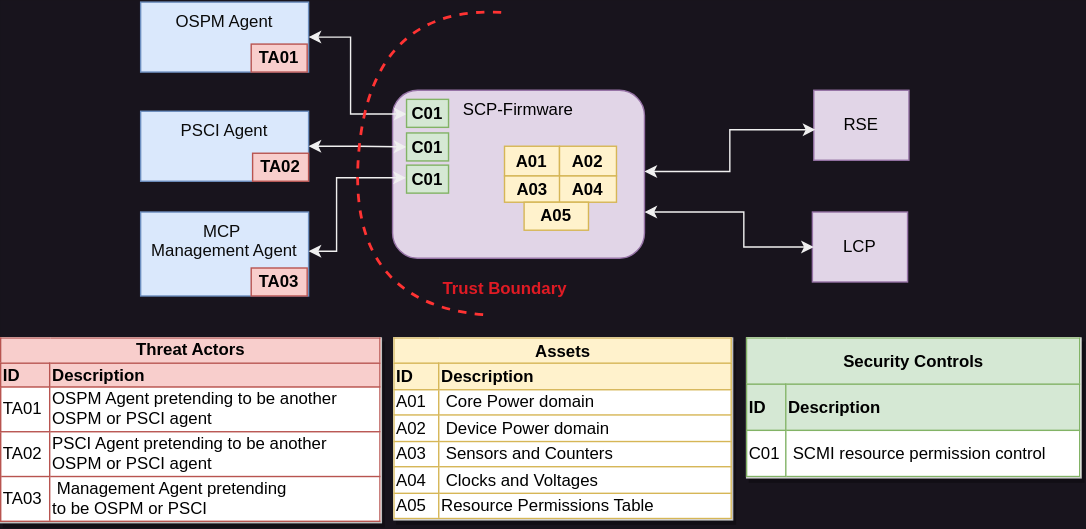
The draw.io diagram doc/threat_model/Threat_model.drawio.svg in ARM-software/SCP-firmware, before a commit. Source tidied: cells renumbered, new cells last; positions are measured from the earlier drawing's top-left corner, leaving out a move shared by most shapes.
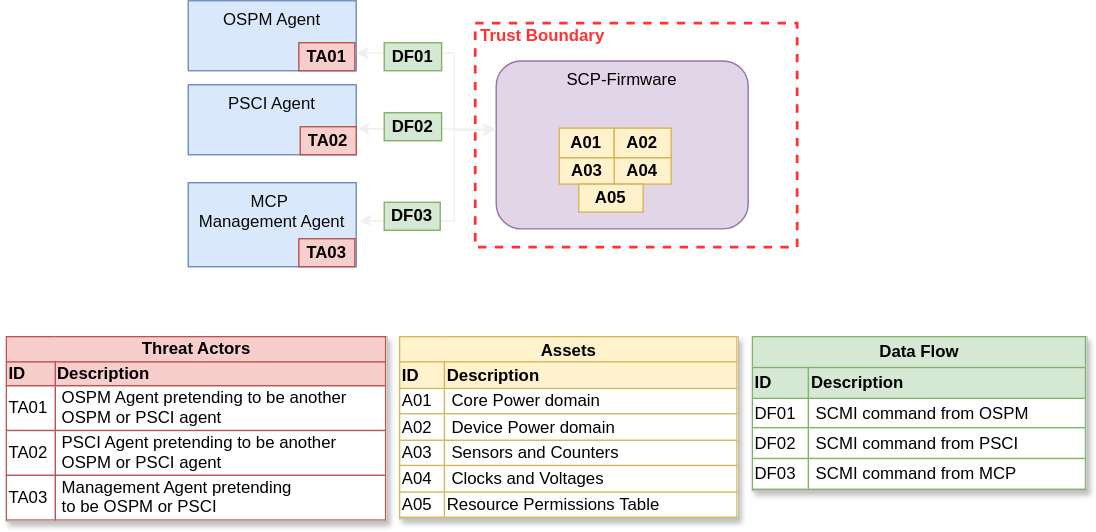
The same diagram one commit later.

Commit message:
threat model: Add scope section and update the trusted boundary

This patch adds a scope section to the document and clarifies
the trusted boundary in the diagram.

Diff of the diagram source:
```diff
@@ -2,57 +2,51 @@
   <root>
     <mxCell id="0" />
     <mxCell id="1" parent="0" />
-    <mxCell id="2" value="&lt;font color=&quot;#000000&quot;&gt;RSE&lt;/font&gt;" style="rounded=0;whiteSpace=wrap;html=1;absoluteArcSize=0;fillColor=#e1d5e7;strokeColor=#9673a6;" parent="1" vertex="1">
-      <mxGeometry x="581" y="63" width="68" height="50" as="geometry" />
-    </mxCell>
-    <mxCell id="3" value="&lt;font color=&quot;#000000&quot;&gt;LCP&lt;/font&gt;" style="rounded=0;whiteSpace=wrap;html=1;absoluteArcSize=0;fillColor=#e1d5e7;strokeColor=#9673a6;" parent="1" vertex="1">
-      <mxGeometry x="580" y="150" width="68" height="50" as="geometry" />
-    </mxCell>
-    <mxCell id="4" value="&lt;font style=&quot;font-size: 12px;&quot;&gt;Trust Boundary&lt;/font&gt;" style="text;html=1;strokeColor=none;fillColor=none;align=center;verticalAlign=middle;whiteSpace=wrap;rounded=0;fontColor=#e01b24;fontSize=12;fontStyle=1;" parent="1" vertex="1">
-      <mxGeometry x="280" y="180" width="160.8" height="50" as="geometry" />
+    <mxCell id="4" value="Trust Boundary" style="html=1;fontColor=#FF3333;fontStyle=1;align=left;verticalAlign=top;spacing=0;labelBorderColor=none;fillColor=none;dashed=1;strokeWidth=2;strokeColor=#FF3333;spacingLeft=4;spacingTop=-3;" parent="1" vertex="1">
+      <mxGeometry x="335" y="16" width="230" height="160" as="geometry" />
     </mxCell>
-    <mxCell id="5" value="&lt;table border=&quot;1&quot; width=&quot;100%&quot; style=&quot;width: 100% ; height: 100% ; border-collapse: collapse ; border: 1px solid #b85450&quot;&gt;&lt;tbody&gt;&lt;tr style=&quot;background-color: #f8cecc ; color: #000000 ; border: 1px solid #b85450&quot;&gt;&lt;th align=&quot;center&quot; colspan=&quot;2&quot;&gt;Threat Actors&lt;/th&gt;&lt;/tr&gt;&lt;tr style=&quot;background-color: #f8cecc ; color: #000000 ; border: 1px solid #b85450&quot;&gt;&lt;th align=&quot;left&quot; style=&quot;border: 1px solid #b85450&quot;&gt;ID&lt;/th&gt;&lt;th align=&quot;left&quot; style=&quot;border: 1px solid #b85450&quot;&gt;Description&lt;/th&gt;&lt;/tr&gt;&lt;tr&gt;&lt;td style=&quot;border: 1px solid #b85450&quot;&gt;TA01&lt;/td&gt;&lt;td style=&quot;border: 1px solid #b85450&quot;&gt;OSPM Agent pretending to be another &lt;br&gt;OSPM or PSCI agent&lt;/td&gt;&lt;/tr&gt;&lt;tr&gt;&lt;td&gt;TA02&lt;/td&gt;&lt;td&gt;PSCI Agent pretending to be another&lt;br&gt;OSPM or PSCI agent&lt;br&gt;&lt;/td&gt;&lt;/tr&gt;&lt;tr&gt;&lt;td&gt;TA03&lt;/td&gt;&lt;td&gt;&amp;nbsp;Management Agent pretending &lt;br&gt;to be OSPM or PSCI&lt;/td&gt;&lt;/tr&gt;&lt;/tbody&gt;&lt;/table&gt;" style="text;html=1;strokeColor=#c0c0c0;fillColor=#ffffff;overflow=fill;rounded=0;shadow=1;labelBackgroundColor=#ffffff;fontColor=#000000;align=left;" parent="1" vertex="1">
+    <mxCell id="5" value="&lt;table border=&quot;1&quot; width=&quot;100%&quot; style=&quot;width: 100% ; height: 100% ; border-collapse: collapse ; border: 1px solid #b85450&quot;&gt;&lt;tbody&gt;&lt;tr style=&quot;background-color: #f8cecc ; color: #000000 ; border: 1px solid #b85450&quot;&gt;&lt;th align=&quot;center&quot; colspan=&quot;2&quot;&gt;Threat Actors&lt;/th&gt;&lt;/tr&gt;&lt;tr style=&quot;background-color: #f8cecc ; color: #000000 ; border: 1px solid #b85450&quot;&gt;&lt;th align=&quot;left&quot; style=&quot;border: 1px solid #b85450&quot;&gt;ID&lt;/th&gt;&lt;th align=&quot;left&quot; style=&quot;border: 1px solid #b85450&quot;&gt;Description&lt;/th&gt;&lt;/tr&gt;&lt;tr&gt;&lt;td style=&quot;border: 1px solid #b85450&quot;&gt;TA01&lt;/td&gt;&lt;td style=&quot;border: 1px solid #b85450&quot;&gt;&amp;nbsp;OSPM Agent pretending to be another&lt;br&gt;&amp;nbsp;OSPM or PSCI agent&lt;/td&gt;&lt;/tr&gt;&lt;tr&gt;&lt;td&gt;TA02&lt;/td&gt;&lt;td&gt;&amp;nbsp;PSCI Agent pretending to be another&lt;br&gt;&amp;nbsp;OSPM or PSCI agent&lt;br&gt;&lt;/td&gt;&lt;/tr&gt;&lt;tr&gt;&lt;td&gt;TA03&lt;/td&gt;&lt;td&gt;&amp;nbsp;Management Agent pretending &lt;br&gt;&amp;nbsp;to be OSPM or PSCI&lt;/td&gt;&lt;/tr&gt;&lt;/tbody&gt;&lt;/table&gt;" style="text;html=1;strokeColor=#c0c0c0;fillColor=#ffffff;overflow=fill;rounded=0;shadow=1;labelBackgroundColor=#ffffff;fontColor=#000000;align=left;" parent="1" vertex="1">
       <mxGeometry y="240" width="272" height="132" as="geometry" />
     </mxCell>
     <mxCell id="6" value="&lt;table border=&quot;1&quot; width=&quot;100%&quot; style=&quot;width: 100% ; height: 100% ; border-collapse: collapse ; border: 1px solid #d6b656&quot;&gt;&lt;tbody&gt;&lt;tr style=&quot;background-color: #fff2cc ; color: #000000 ; border: 1px solid #d6b656&quot;&gt;&lt;th align=&quot;center&quot; colspan=&quot;2&quot;&gt;Assets&lt;/th&gt;&lt;/tr&gt;&lt;tr style=&quot;background-color: #fff2cc ; color: #000000 ; border: 1px solid #d6b656&quot;&gt;&lt;th align=&quot;left&quot; style=&quot;border: 1px solid #d6b656&quot;&gt;ID&lt;/th&gt;&lt;th align=&quot;left&quot; style=&quot;border: 1px solid #d6b656&quot;&gt;Description&lt;/th&gt;&lt;/tr&gt;&lt;tr&gt;&lt;td style=&quot;border: 1px solid #d6b656&quot;&gt;A01&lt;/td&gt;&lt;td style=&quot;border: 1px solid #d6b656&quot;&gt;&amp;nbsp;Core Power domain&lt;/td&gt;&lt;/tr&gt;&lt;tr&gt;&lt;td&gt;A02&lt;/td&gt;&lt;td&gt;&amp;nbsp;Device Power domain&lt;/td&gt;&lt;/tr&gt;&lt;tr&gt;&lt;td&gt;A03&lt;/td&gt;&lt;td&gt;&amp;nbsp;Sensors and Counters&lt;/td&gt;&lt;/tr&gt;&lt;tr&gt;&lt;td&gt;A04&lt;/td&gt;&lt;td&gt;&amp;nbsp;Clocks and Voltages&lt;/td&gt;&lt;/tr&gt;&lt;tr&gt;&lt;td&gt;A05&lt;/td&gt;&lt;td&gt;Resource Permissions Table&amp;nbsp;&lt;/td&gt;&lt;/tr&gt;&lt;/tbody&gt;&lt;/table&gt;" style="text;html=1;strokeColor=#c0c0c0;fillColor=#ffffff;overflow=fill;rounded=0;shadow=1;labelBackgroundColor=#ffffff;fontColor=#000000;align=left;" parent="1" vertex="1">
       <mxGeometry x="281" y="240" width="242" height="130" as="geometry" />
     </mxCell>
-    <mxCell id="7" value="&lt;table border=&quot;1&quot; width=&quot;100%&quot; style=&quot;width: 100% ; height: 100% ; border-collapse: collapse ; border: 1px solid #82b366&quot;&gt;&lt;tbody&gt;&lt;tr style=&quot;background-color: #d5e8d4 ; color: #000000 ; border: 1px solid #82b366&quot;&gt;&lt;th align=&quot;center&quot; colspan=&quot;2&quot;&gt;Security Controls&lt;/th&gt;&lt;/tr&gt;&lt;tr style=&quot;background-color: #d5e8d4 ; color: #000000 ; border: 1px solid #82b366&quot;&gt;&lt;th align=&quot;left&quot; style=&quot;border: 1px solid #82b366&quot;&gt;ID&lt;/th&gt;&lt;th align=&quot;left&quot; style=&quot;border: 1px solid #82b366&quot;&gt;Description&lt;/th&gt;&lt;/tr&gt;&lt;tr&gt;&lt;td style=&quot;border: 1px solid #82b366&quot;&gt;C01&lt;/td&gt;&lt;td style=&quot;border: 1px solid #82b366&quot;&gt;&amp;nbsp;SCMI resource permission control&lt;/td&gt;&lt;/tr&gt;&lt;/tbody&gt;&lt;/table&gt;" style="text;html=1;strokeColor=#c0c0c0;fillColor=#ffffff;overflow=fill;rounded=0;shadow=1;labelBackgroundColor=#ffffff;fontColor=#000000;align=left;" parent="1" vertex="1">
-      <mxGeometry x="533" y="240" width="239" height="100" as="geometry" />
+    <mxCell id="7" value="&lt;table border=&quot;1&quot; width=&quot;100%&quot; style=&quot;width: 100% ; height: 100% ; border-collapse: collapse ; border: 1px solid #82b366&quot;&gt;&lt;tbody&gt;&lt;tr style=&quot;background-color: #d5e8d4 ; color: #000000 ; border: 1px solid #82b366&quot;&gt;&lt;th align=&quot;center&quot; colspan=&quot;2&quot;&gt;Data Flow&lt;/th&gt;&lt;/tr&gt;&lt;tr style=&quot;background-color: #d5e8d4 ; color: #000000 ; border: 1px solid #82b366&quot;&gt;&lt;th align=&quot;left&quot; style=&quot;border: 1px solid #82b366&quot;&gt;ID&lt;/th&gt;&lt;th align=&quot;left&quot; style=&quot;border: 1px solid #82b366&quot;&gt;Description&lt;/th&gt;&lt;/tr&gt;&lt;tr&gt;&lt;td style=&quot;border: 1px solid #82b366&quot;&gt;DF01&lt;/td&gt;&lt;td style=&quot;border: 1px solid #82b366&quot;&gt;&amp;nbsp;SCMI command from OSPM&lt;br&gt;&lt;/td&gt;&lt;/tr&gt;&lt;tr&gt;&lt;td&gt;DF02&lt;/td&gt;&lt;td&gt;&amp;nbsp;SCMI command from PSCI&lt;/td&gt;&lt;/tr&gt;&lt;tr&gt;&lt;td&gt;DF03&lt;/td&gt;&lt;td&gt;&amp;nbsp;SCMI command from MCP&lt;/td&gt;&lt;/tr&gt;&lt;/tbody&gt;&lt;/table&gt;" style="text;html=1;strokeColor=#c0c0c0;fillColor=#ffffff;overflow=fill;rounded=0;shadow=1;labelBackgroundColor=#ffffff;fontColor=#000000;align=left;" parent="1" vertex="1">
+      <mxGeometry x="533" y="240" width="239" height="110" as="geometry" />
     </mxCell>
     <mxCell id="8" style="group;" parent="1" vertex="1">
-      <mxGeometry x="280" y="63" width="200" height="137" as="geometry" />
+      <mxGeometry x="350" y="43" width="200" height="137" as="geometry" />
     </mxCell>
     <mxCell id="9" value="&lt;font color=&quot;#000000&quot;&gt;SCP-Firmware&lt;/font&gt;" style="rounded=1;whiteSpace=wrap;html=1;fillColor=#e1d5e7;strokeColor=#9673a6;verticalAlign=top;" parent="8" vertex="1">
       <mxGeometry width="180" height="120" as="geometry" />
     </mxCell>
     <object id="10" label="&lt;b&gt;&lt;font color=&quot;#000000&quot;&gt;A01&lt;/font&gt;&lt;/b&gt;" name="Variable" placeholders="1">
       <mxCell style="text;html=1;strokeColor=#d6b656;fillColor=#fff2cc;align=center;verticalAlign=middle;whiteSpace=wrap;overflow=hidden;" parent="8" vertex="1">
-        <mxGeometry x="80" y="40" width="39.3" height="21.2" as="geometry" />
+        <mxGeometry x="45" y="48" width="39.3" height="21.2" as="geometry" />
       </mxCell>
     </object>
     <object id="11" label="&lt;b&gt;&lt;font color=&quot;#000000&quot;&gt;A02&lt;/font&gt;&lt;/b&gt;" name="Variable" placeholders="1">
       <mxCell style="text;html=1;strokeColor=#d6b656;fillColor=#fff2cc;align=center;verticalAlign=middle;whiteSpace=wrap;overflow=hidden;" parent="8" vertex="1">
-        <mxGeometry x="119.3" y="40" width="40.7" height="21.2" as="geometry" />
+        <mxGeometry x="84.3" y="48" width="40.7" height="21.2" as="geometry" />
       </mxCell>
     </object>
     <object id="12" label="&lt;b&gt;&lt;font color=&quot;#000000&quot;&gt;A03&lt;/font&gt;&lt;/b&gt;" name="Variable" placeholders="1">
       <mxCell style="text;html=1;strokeColor=#d6b656;fillColor=#fff2cc;align=center;verticalAlign=middle;whiteSpace=wrap;overflow=hidden;" parent="8" vertex="1">
-        <mxGeometry x="80" y="61.2" width="40" height="18.8" as="geometry" />
+        <mxGeometry x="45" y="69.2" width="40" height="18.8" as="geometry" />
       </mxCell>
     </object>
     <object id="13" label="&lt;b&gt;&lt;font color=&quot;#000000&quot;&gt;A04&lt;/font&gt;&lt;/b&gt;" name="Variable" placeholders="1">
       <mxCell style="text;html=1;strokeColor=#d6b656;fillColor=#fff2cc;align=center;verticalAlign=middle;whiteSpace=wrap;overflow=hidden;" parent="8" vertex="1">
-        <mxGeometry x="119.3" y="61.2" width="40.7" height="18.8" as="geometry" />
+        <mxGeometry x="84.3" y="69.2" width="40.7" height="18.8" as="geometry" />
       </mxCell>
     </object>
     <object id="14" label="&lt;b&gt;&lt;font color=&quot;#000000&quot;&gt;A05&lt;/font&gt;&lt;/b&gt;" name="Variable" placeholders="1">
       <mxCell style="text;html=1;strokeColor=#d6b656;fillColor=#fff2cc;align=center;verticalAlign=middle;whiteSpace=wrap;overflow=hidden;" parent="8" vertex="1">
-        <mxGeometry x="94" y="80" width="46" height="20" as="geometry" />
+        <mxGeometry x="59" y="88" width="46" height="20" as="geometry" />
       </mxCell>
     </object>
     <mxCell id="15" style="group;fontColor=#000000;" parent="1" vertex="1">
-      <mxGeometry x="100" width="120" height="50" as="geometry" />
+      <mxGeometry x="130" width="120" height="50" as="geometry" />
     </mxCell>
     <mxCell id="16" value="&lt;font color=&quot;#0a0a0a&quot;&gt;OSPM Agent&lt;/font&gt;" style="rounded=0;whiteSpace=wrap;html=1;absoluteArcSize=0;fillColor=#dae8fc;strokeColor=#6c8ebf;verticalAlign=top;" parent="15" vertex="1">
       <mxGeometry width="120" height="50" as="geometry" />
@@ -63,7 +57,7 @@
       </mxCell>
     </object>
     <mxCell id="18" style="group;" parent="1" vertex="1">
-      <mxGeometry x="100" y="78" width="120" height="50" as="geometry" />
+      <mxGeometry x="130" y="60" width="120" height="50" as="geometry" />
     </mxCell>
     <mxCell id="19" value="&lt;font color=&quot;#0a0a0a&quot;&gt;PSCI Agent&lt;/font&gt;" style="rounded=0;whiteSpace=wrap;html=1;absoluteArcSize=0;fillColor=#dae8fc;strokeColor=#6c8ebf;verticalAlign=top;" parent="18" vertex="1">
       <mxGeometry width="120" height="50" as="geometry" />
@@ -74,7 +68,7 @@
       </mxCell>
     </object>
     <mxCell id="21" style="group;" parent="1" vertex="1">
-      <mxGeometry x="100" y="150" width="120" height="60" as="geometry" />
+      <mxGeometry x="130" y="130" width="120" height="60" as="geometry" />
     </mxCell>
     <mxCell id="22" value="&lt;font color=&quot;#0a0a0a&quot;&gt;MCP&amp;nbsp;&lt;br&gt;Management Agent&lt;/font&gt;" style="rounded=0;whiteSpace=wrap;html=1;absoluteArcSize=0;fillColor=#dae8fc;strokeColor=#6c8ebf;verticalAlign=top;" parent="21" vertex="1">
       <mxGeometry width="120" height="60" as="geometry" />
@@ -84,67 +78,47 @@
         <mxGeometry x="79" y="40" width="40" height="20" as="geometry" />
       </mxCell>
     </object>
-    <mxCell id="24" style="edgeStyle=orthogonalEdgeStyle;rounded=0;jettySize=auto;html=1;startArrow=classic;startFill=1;entryX=0;entryY=0.5;entryDx=0;entryDy=0;" parent="1" edge="1" source="19" target="29">
+    <mxCell id="24" style="edgeStyle=orthogonalEdgeStyle;rounded=0;jettySize=auto;html=1;startArrow=classic;startFill=1;entryX=-0.004;entryY=0.409;entryDx=0;entryDy=0;exitX=1.019;exitY=0.071;exitDx=0;exitDy=0;exitPerimeter=0;entryPerimeter=0;" parent="1" edge="1" source="20" target="9">
       <mxGeometry relative="1" as="geometry" />
     </mxCell>
-    <mxCell id="25" style="edgeStyle=orthogonalEdgeStyle;rounded=0;jettySize=auto;html=1;entryX=0;entryY=0.5;entryDx=0;entryDy=0;startArrow=classic;startFill=1;" parent="1" edge="1" source="16" target="28">
+    <mxCell id="25" style="edgeStyle=orthogonalEdgeStyle;rounded=0;jettySize=auto;html=1;entryX=-0.004;entryY=0.411;entryDx=0;entryDy=0;startArrow=classic;startFill=1;exitX=1;exitY=0.75;exitDx=0;exitDy=0;entryPerimeter=0;" parent="1" edge="1" source="16" target="9">
       <mxGeometry relative="1" as="geometry">
         <Array as="points">
-          <mxPoint x="250" y="25" />
-          <mxPoint x="250" y="80" />
-          <mxPoint x="290" y="80" />
+          <mxPoint x="320" y="37" />
+          <mxPoint x="320" y="92" />
+          <mxPoint x="349" y="92" />
         </Array>
       </mxGeometry>
     </mxCell>
-    <mxCell id="26" style="edgeStyle=orthogonalEdgeStyle;rounded=0;jettySize=auto;html=1;startArrow=classic;startFill=1;entryX=-0.013;entryY=0.451;entryDx=0;entryDy=0;entryPerimeter=0;" parent="1" edge="1" target="30">
+    <mxCell id="26" style="edgeStyle=orthogonalEdgeStyle;rounded=0;jettySize=auto;html=1;startArrow=classic;startFill=1;exitX=1.018;exitY=0.453;exitDx=0;exitDy=0;exitPerimeter=0;" parent="1" edge="1" source="22">
       <mxGeometry relative="1" as="geometry">
-        <mxPoint x="220" y="178" as="sourcePoint" />
+        <mxPoint x="350" y="92" as="targetPoint" />
         <Array as="points">
-          <mxPoint x="240" y="178" />
-          <mxPoint x="240" y="126" />
+          <mxPoint x="320" y="157" />
+          <mxPoint x="320" y="92" />
         </Array>
       </mxGeometry>
     </mxCell>
-    <mxCell id="27" style="edgeStyle=orthogonalEdgeStyle;rounded=0;orthogonalLoop=1;jettySize=auto;html=1;exitX=0;exitY=0.5;exitDx=0;exitDy=0;entryX=0;entryY=0.5;entryDx=0;entryDy=0;" parent="1" edge="1" source="28" target="28">
-      <mxGeometry relative="1" as="geometry" />
+    <mxCell id="27" style="edgeStyle=orthogonalEdgeStyle;rounded=0;orthogonalLoop=1;jettySize=auto;html=1;exitX=0;exitY=0.5;exitDx=0;exitDy=0;entryX=0;entryY=0.5;entryDx=0;entryDy=0;" parent="1" edge="1">
+      <mxGeometry relative="1" as="geometry">
+        <mxPoint x="360" y="59.5" as="sourcePoint" />
+        <mxPoint x="360" y="59.5" as="targetPoint" />
+      </mxGeometry>
     </mxCell>
-    <object id="28" label="&lt;b&gt;&lt;font color=&quot;#000000&quot;&gt;C01&lt;/font&gt;&lt;/b&gt;" name="Variable" placeholders="1">
-      <mxCell style="text;html=1;strokeColor=#82b366;fillColor=#d5e8d4;align=center;verticalAlign=middle;whiteSpace=wrap;overflow=hidden;" parent="1" vertex="1">
-        <mxGeometry x="290" y="69.5" width="30" height="20" as="geometry" />
-      </mxCell>
-    </object>
-    <object id="29" label="&lt;b&gt;&lt;font color=&quot;#000000&quot;&gt;C01&lt;/font&gt;&lt;/b&gt;" name="Variable" placeholders="1">
-      <mxCell style="text;html=1;strokeColor=#82b366;fillColor=#d5e8d4;align=center;verticalAlign=middle;whiteSpace=wrap;overflow=hidden;" parent="1" vertex="1">
-        <mxGeometry x="290" y="93.5" width="30" height="20" as="geometry" />
-      </mxCell>
-    </object>
+    <object id="34" label="&lt;b&gt;&lt;font color=&quot;#000000&quot;&gt;DF01&lt;/font&gt;&lt;/b&gt;" name="Variable" placeholders="1">
+      <mxCell style="text;html=1;strokeColor=#82b366;fillColor=#d5e8d4;align=center;verticalAlign=middle;whiteSpace=wrap;overflow=hidden;" parent="1" vertex="1">
+        <mxGeometry x="270" y="30" width="41" height="20" as="geometry" />
+      </mxCell>
+    </object>
+    <object id="35" label="&lt;b&gt;&lt;font color=&quot;#000000&quot;&gt;DF02&lt;/font&gt;&lt;/b&gt;" name="Variable" placeholders="1">
+      <mxCell style="text;html=1;strokeColor=#82b366;fillColor=#d5e8d4;align=center;verticalAlign=middle;whiteSpace=wrap;overflow=hidden;" parent="1" vertex="1">
+        <mxGeometry x="270" y="80" width="41" height="20" as="geometry" />
+      </mxCell>
+    </object>
-    <object id="30" label="&lt;b&gt;&lt;font color=&quot;#000000&quot;&gt;C01&lt;/font&gt;&lt;/b&gt;" name="Variable" placeholders="1">
+    <object id="30" label="&lt;b&gt;&lt;font color=&quot;#000000&quot;&gt;DF03&lt;/font&gt;&lt;/b&gt;" name="Variable" placeholders="1">
       <mxCell style="text;html=1;strokeColor=#82b366;fillColor=#d5e8d4;align=center;verticalAlign=middle;whiteSpace=wrap;overflow=hidden;" parent="1" vertex="1">
-        <mxGeometry x="290" y="116.5" width="30" height="20" as="geometry" />
+        <mxGeometry x="270" y="144" width="40" height="20" as="geometry" />
       </mxCell>
     </object>
-    <mxCell id="31" style="shape=requiredInterface;html=1;verticalLabelPosition=bottom;dashed=1;strokeColor=#FF3333;strokeWidth=2;fillColor=none;fontColor=#FF3333;align=left;rotation=-175;" parent="1" vertex="1">
-      <mxGeometry x="255.7" y="3" width="98.7" height="216.5" as="geometry" />
-    </mxCell>
-    <mxCell id="32" style="endArrow=classic;startArrow=classic;html=1;rounded=0;entryX=0.017;entryY=0.564;entryDx=0;entryDy=0;entryPerimeter=0;strokeColor=default;edgeStyle=orthogonalEdgeStyle;" parent="1" edge="1" target="2">
-      <mxGeometry relative="1" as="geometry">
-        <mxPoint x="460" y="121" as="sourcePoint" />
-        <Array as="points">
-          <mxPoint x="460" y="121" />
-          <mxPoint x="521" y="121" />
-          <mxPoint x="521" y="91" />
-        </Array>
-      </mxGeometry>
-    </mxCell>
-    <mxCell id="33" style="endArrow=classic;startArrow=classic;html=1;rounded=0;entryX=0.015;entryY=0.507;entryDx=0;entryDy=0;entryPerimeter=0;strokeColor=default;edgeStyle=orthogonalEdgeStyle;" parent="1" edge="1" target="3">
-      <mxGeometry relative="1" as="geometry">
-        <mxPoint x="460" y="150" as="sourcePoint" />
-        <Array as="points">
-          <mxPoint x="531" y="150" />
-          <mxPoint x="531" y="175" />
-          <mxPoint x="581" y="175" />
-        </Array>
-      </mxGeometry>
-    </mxCell>
   </root>
 </mxGraphModel>
```
